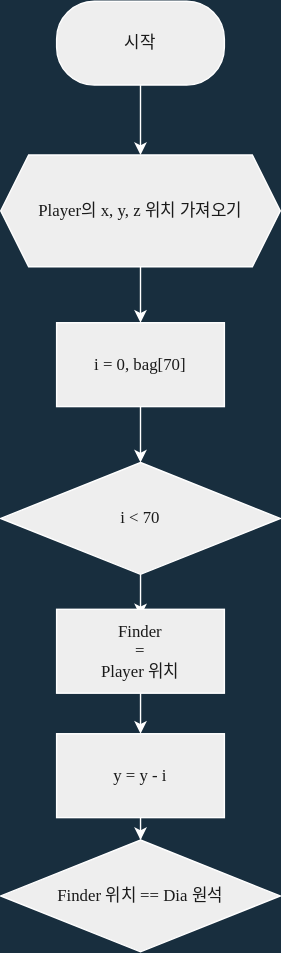
Before: Algorithm/finding_dia.drawio.svg, a diagram exported from draw.io (Xe-Kinesis/Minecraft-Python). Source tidied: cells renumbered, new cells last; positions are measured from the earlier drawing's top-left corner, leaving out a move shared by most shapes.
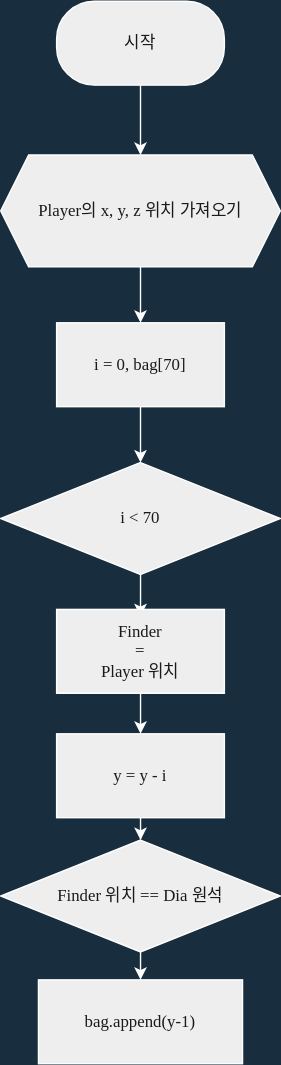
After the change.

The edit, as a diff of the source:
```diff
@@ -38,6 +38,9 @@
     <mxCell id="11" value="y = y - i" style="whiteSpace=wrap;html=1;rounded=0;fontFamily=어그로체;fontSource=https%3A%2F%2Fcdn.jsdelivr.net%2Fgh%2Fprojectnoonnu%2Fnoonfonts_2108%401.1%2FSBAggroB.woff;fontColor=#1A1A1A;strokeColor=#FFFFFF;fillColor=#EEEEEE;sketch=0;" parent="1" vertex="1">
       <mxGeometry x="40" y="524" width="120" height="60" as="geometry" />
     </mxCell>
+    <mxCell id="15" style="edgeStyle=orthogonalEdgeStyle;curved=0;rounded=1;sketch=0;jettySize=auto;html=1;fontFamily=어그로체;fontSource=https%3A%2F%2Fcdn.jsdelivr.net%2Fgh%2Fprojectnoonnu%2Fnoonfonts_2108%401.1%2FSBAggroB.woff;fontColor=#FFFFFF;strokeColor=#FFFFFF;" parent="1" edge="1" source="12" target="16">
+      <mxGeometry relative="1" as="geometry" />
+    </mxCell>
     <mxCell id="12" value="Finder 위치 == Dia 원석" style="rhombus;whiteSpace=wrap;html=1;rounded=0;fontFamily=어그로체;fontSource=https%3A%2F%2Fcdn.jsdelivr.net%2Fgh%2Fprojectnoonnu%2Fnoonfonts_2108%401.1%2FSBAggroB.woff;fontColor=#1A1A1A;strokeColor=#FFFFFF;fillColor=#EEEEEE;sketch=0;" parent="1" vertex="1">
       <mxGeometry y="600" width="200" height="80" as="geometry" />
     </mxCell>
@@ -47,5 +50,8 @@
     <mxCell id="14" value="Finder &lt;br&gt;= &lt;br&gt;Player 위치" style="whiteSpace=wrap;html=1;rounded=0;fontFamily=어그로체;fontSource=https%3A%2F%2Fcdn.jsdelivr.net%2Fgh%2Fprojectnoonnu%2Fnoonfonts_2108%401.1%2FSBAggroB.woff;fontColor=#1A1A1A;strokeColor=#FFFFFF;fillColor=#EEEEEE;sketch=0;" parent="1" vertex="1">
       <mxGeometry x="40" y="435" width="120" height="60" as="geometry" />
     </mxCell>
+    <mxCell id="16" value="bag.append(y-1)" style="whiteSpace=wrap;html=1;rounded=0;fontFamily=어그로체;fontSource=https%3A%2F%2Fcdn.jsdelivr.net%2Fgh%2Fprojectnoonnu%2Fnoonfonts_2108%401.1%2FSBAggroB.woff;fontColor=#1A1A1A;strokeColor=#FFFFFF;fillColor=#EEEEEE;sketch=0;" parent="1" vertex="1">
+      <mxGeometry x="27" y="700" width="146" height="60" as="geometry" />
+    </mxCell>
   </root>
 </mxGraphModel>
```
